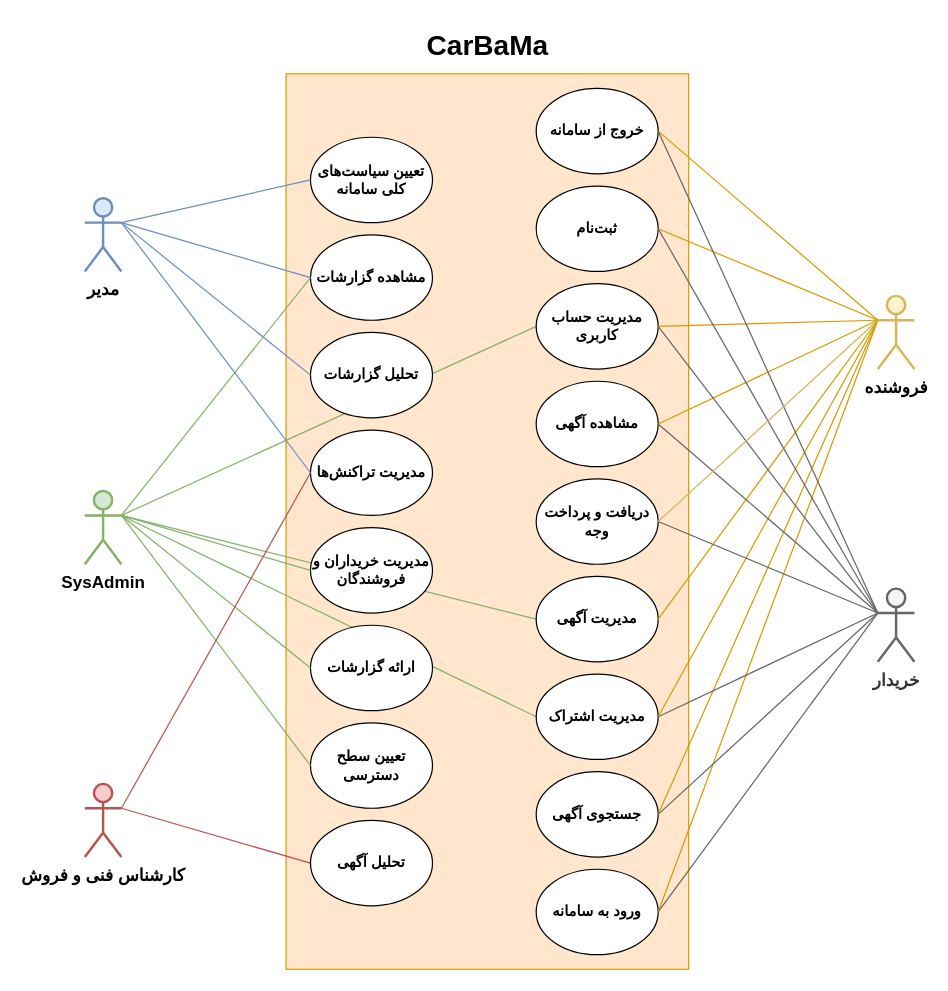
This is UseCase/Diagram/MiddleWare_CarBaMaUseCaseDiagram.drawio from MelvinMo/CarBaMa_Automotive-Sale-Application, a draw.io file, before an edit. Source tidied: cells renumbered, new cells numbered last; positions are measured from the earlier drawing's top-left corner, leaving out a move shared by most shapes. Both pictures are drawn from the tidied source at 122%, with x=0, y=0 at pixel (84, 21).
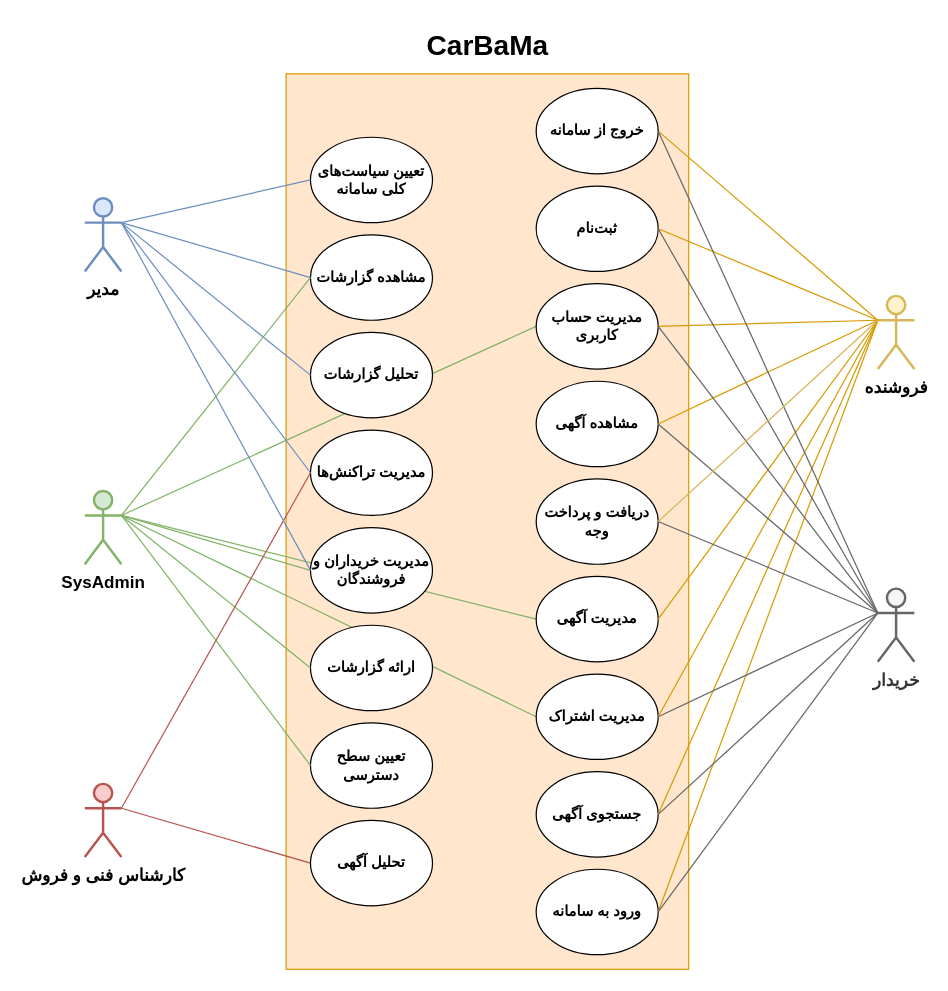
After the change.

Unchanged cells that the change refers to:
```xml
<mxCell id="16" value="&lt;b&gt;مدیریت خریداران و فروشندگان&lt;/b&gt;" style="ellipse;whiteSpace=wrap;html=1;strokeColor=#000000;strokeWidth=1;gradientColor=none;" parent="1" vertex="1">
  <mxGeometry x="185" y="415" width="100" height="70" as="geometry" />
</mxCell>
<mxCell id="20" value="&lt;b&gt;&lt;font style=&quot;font-size: 14px&quot;&gt;مدیر&lt;br&gt;&lt;/font&gt;&lt;/b&gt;" style="shape=umlActor;verticalLabelPosition=bottom;labelBackgroundColor=#ffffff;verticalAlign=top;html=1;outlineConnect=0;strokeWidth=2;fillColor=#dae8fc;strokeColor=#6c8ebf;" parent="1" vertex="1">
  <mxGeometry y="145" width="30" height="60" as="geometry" />
</mxCell>
```

Change to the diagram source:
```diff
@@
+    <mxCell id="56" style="endArrow=none;html=1;rounded=0;entryX=1;entryY=0.3333333333333333;entryDx=0;entryDy=0;entryPerimeter=0;exitX=0;exitY=0.5;exitDx=0;exitDy=0;fillColor=#dae8fc;strokeColor=#6c8ebf;" parent="1" edge="1" source="16" target="20">
+      <mxGeometry relative="1" as="geometry" />
+    </mxCell>
```
